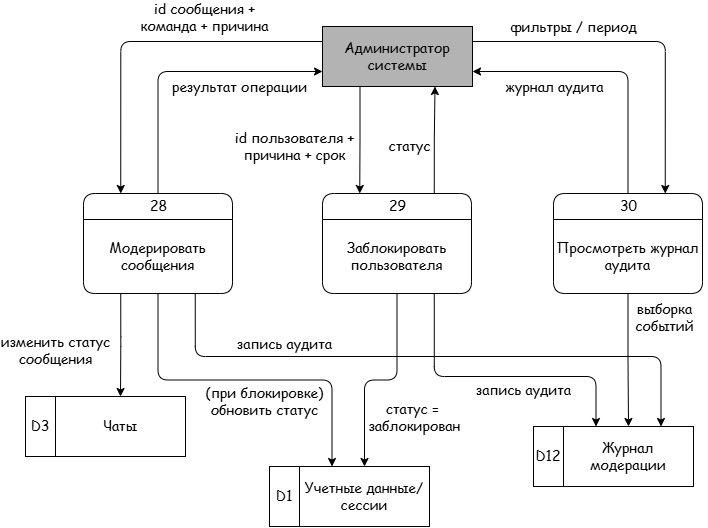
Above: Практическая работа №1. DFD/images/DFD-1-функции администратора.drawio.png in art2535/project-activity-guap (draw.io), before the change. Source tidied: cells renumbered, new cells last; positions are measured from the earlier drawing's top-left corner, leaving out a move shared by most shapes.
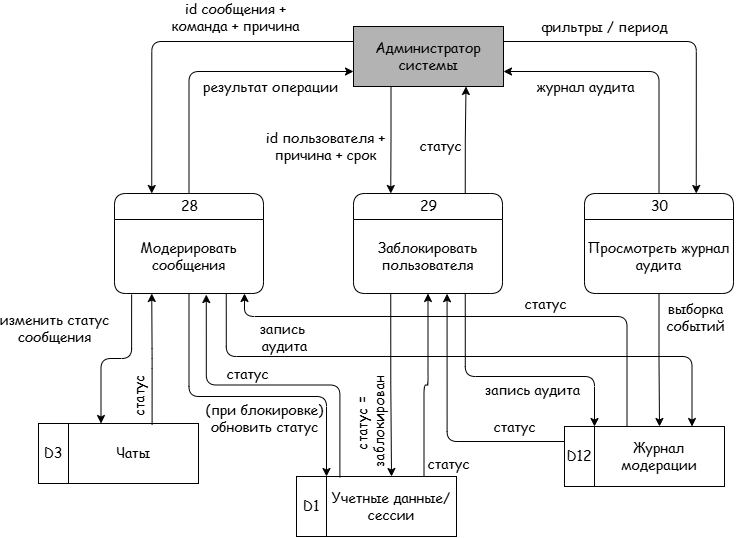
Above is the later version.

What changed in the source:
```diff
@@ -33,7 +33,7 @@
       <mxGeometry width="30" height="60" as="geometry" />
     </mxCell>
     <mxCell id="12" style="group;shadow=0;fontFamily=Comic Sans MS;fontSize=14;" parent="1" vertex="1">
-      <mxGeometry x="244" y="440" width="160" height="60" as="geometry" />
+      <mxGeometry x="240" y="450" width="160" height="60" as="geometry" />
     </mxCell>
     <mxCell id="13" value="Учетные данные/сессии" style="rounded=0;whiteSpace=wrap;html=1;shadow=0;glass=0;sketch=0;strokeWidth=1;fillColor=none;fontFamily=Comic Sans MS;fontSize=14;" parent="12" vertex="1">
       <mxGeometry x="30" width="130" height="60" as="geometry" />
@@ -50,7 +50,7 @@
       </mxGeometry>
     </mxCell>
     <mxCell id="17" style="group;shadow=0;fontFamily=Comic Sans MS;fontSize=14;" parent="1" vertex="1">
-      <mxGeometry y="370" width="160" height="60" as="geometry" />
+      <mxGeometry x="-18" y="397" width="160" height="60" as="geometry" />
     </mxCell>
     <mxCell id="18" value="Чаты" style="rounded=0;whiteSpace=wrap;html=1;shadow=0;glass=0;sketch=0;strokeWidth=1;fillColor=none;fontFamily=Comic Sans MS;fontSize=14;" parent="17" vertex="1">
       <mxGeometry x="30" width="130" height="60" as="geometry" />
@@ -98,12 +98,12 @@
         <mxPoint x="-91" y="-50" as="offset" />
       </mxGeometry>
     </mxCell>
-    <mxCell id="30" style="endArrow=classic;html=1;fontFamily=Comic Sans MS;fontSize=14;edgeStyle=orthogonalEdgeStyle;startArrow=none;startFill=0;endFill=1;exitX=0.25;exitY=1;exitDx=0;exitDy=0;entryX=0.5;entryY=0;entryDx=0;entryDy=0;" parent="1" edge="1" source="3" target="18">
+    <mxCell id="30" style="endArrow=classic;html=1;fontFamily=Comic Sans MS;fontSize=14;edgeStyle=orthogonalEdgeStyle;startArrow=none;startFill=0;endFill=1;exitX=0.115;exitY=1.014;exitDx=0;exitDy=0;entryX=0.25;entryY=0;entryDx=0;entryDy=0;exitPerimeter=0;" parent="1" edge="1" source="4" target="18">
       <mxGeometry relative="1" as="geometry" />
     </mxCell>
     <mxCell id="31" value="изменить статус&lt;div&gt;сообщения&lt;/div&gt;" style="edgeLabel;html=1;align=center;verticalAlign=middle;fontSize=14;fontFamily=Comic Sans MS;labelBackgroundColor=none;" parent="30" vertex="1">
       <mxGeometry x="0.32" y="-1" relative="1" as="geometry">
-        <mxPoint x="-65" y="-11" as="offset" />
+        <mxPoint x="-46" y="-41" as="offset" />
       </mxGeometry>
     </mxCell>
     <mxCell id="32" style="endArrow=classic;html=1;fontFamily=Comic Sans MS;fontSize=14;edgeStyle=orthogonalEdgeStyle;startArrow=none;startFill=0;endFill=1;exitX=0.75;exitY=1;exitDx=0;exitDy=0;entryX=0.75;entryY=0;entryDx=0;entryDy=0;" parent="1" edge="1" source="4" target="10">
@@ -114,16 +114,16 @@
         </Array>
       </mxGeometry>
     </mxCell>
-    <mxCell id="33" value="&lt;div&gt;запись&amp;nbsp;&lt;span style=&quot;background-color: transparent; color: light-dark(rgb(0, 0, 0), rgb(255, 255, 255));&quot;&gt;аудита&lt;/span&gt;&lt;/div&gt;" style="edgeLabel;html=1;align=center;verticalAlign=middle;fontSize=14;fontFamily=Comic Sans MS;labelBackgroundColor=none;" parent="32" vertex="1">
+    <mxCell id="33" value="&lt;div&gt;запись&amp;nbsp;&lt;/div&gt;&lt;div&gt;&lt;span style=&quot;background-color: transparent; color: light-dark(rgb(0, 0, 0), rgb(255, 255, 255));&quot;&gt;аудита&lt;/span&gt;&lt;/div&gt;" style="edgeLabel;html=1;align=center;verticalAlign=middle;fontSize=14;fontFamily=Comic Sans MS;labelBackgroundColor=none;" parent="32" vertex="1">
       <mxGeometry x="0.32" y="-1" relative="1" as="geometry">
-        <mxPoint x="-244" y="-14" as="offset" />
+        <mxPoint x="-275" y="-21" as="offset" />
       </mxGeometry>
     </mxCell>
-    <mxCell id="34" style="endArrow=classic;html=1;fontFamily=Comic Sans MS;fontSize=14;edgeStyle=orthogonalEdgeStyle;startArrow=none;startFill=0;endFill=1;exitX=0.75;exitY=1;exitDx=0;exitDy=0;entryX=0.25;entryY=0;entryDx=0;entryDy=0;" parent="1" edge="1" source="5" target="10">
+    <mxCell id="34" style="endArrow=classic;html=1;fontFamily=Comic Sans MS;fontSize=14;edgeStyle=orthogonalEdgeStyle;startArrow=none;startFill=0;endFill=1;exitX=0.75;exitY=1;exitDx=0;exitDy=0;entryX=1;entryY=0;entryDx=0;entryDy=0;" parent="1" edge="1" source="6" target="11">
       <mxGeometry relative="1" as="geometry">
         <Array as="points">
           <mxPoint x="408.8" y="350" />
-          <mxPoint x="570.5" y="350" />
+          <mxPoint x="538" y="350" />
         </Array>
       </mxGeometry>
     </mxCell>
@@ -140,21 +140,72 @@
         <mxPoint x="36" y="-64" as="offset" />
       </mxGeometry>
     </mxCell>
-    <mxCell id="38" style="endArrow=classic;html=1;fontFamily=Comic Sans MS;fontSize=14;edgeStyle=orthogonalEdgeStyle;startArrow=none;startFill=0;endFill=1;exitX=0.5;exitY=1;exitDx=0;exitDy=0;entryX=0.5;entryY=0;entryDx=0;entryDy=0;" parent="1" edge="1" source="6" target="13">
+    <mxCell id="38" style="endArrow=classic;html=1;fontFamily=Comic Sans MS;fontSize=14;edgeStyle=orthogonalEdgeStyle;startArrow=none;startFill=0;endFill=1;exitX=0.25;exitY=1;exitDx=0;exitDy=0;entryX=0.5;entryY=0;entryDx=0;entryDy=0;" parent="1" edge="1" source="6" target="13">
       <mxGeometry relative="1" as="geometry" />
     </mxCell>
-    <mxCell id="39" value="статус =&amp;nbsp;&lt;div&gt;заблокирован&lt;/div&gt;" style="edgeLabel;html=1;align=center;verticalAlign=middle;fontSize=14;fontFamily=Comic Sans MS;labelBackgroundColor=none;" parent="38" vertex="1">
+    <mxCell id="39" value="статус =&amp;nbsp;&lt;div&gt;заблокирован&lt;/div&gt;" style="edgeLabel;html=1;align=center;verticalAlign=middle;fontSize=14;fontFamily=Comic Sans MS;labelBackgroundColor=none;rotation=-90;" parent="38" vertex="1">
       <mxGeometry x="0.32" y="-1" relative="1" as="geometry">
-        <mxPoint x="50" y="20" as="offset" />
+        <mxPoint x="-21" y="9" as="offset" />
       </mxGeometry>
     </mxCell>
-    <mxCell id="40" style="endArrow=classic;html=1;fontFamily=Comic Sans MS;fontSize=14;edgeStyle=orthogonalEdgeStyle;startArrow=none;startFill=0;endFill=1;exitX=0.5;exitY=1;exitDx=0;exitDy=0;entryX=0.25;entryY=0;entryDx=0;entryDy=0;" parent="1" edge="1" source="4" target="13">
-      <mxGeometry relative="1" as="geometry" />
+    <mxCell id="40" style="endArrow=classic;html=1;fontFamily=Comic Sans MS;fontSize=14;edgeStyle=orthogonalEdgeStyle;startArrow=none;startFill=0;endFill=1;exitX=0.5;exitY=1;exitDx=0;exitDy=0;entryX=0;entryY=0;entryDx=0;entryDy=0;" parent="1" edge="1" source="4" target="13">
+      <mxGeometry relative="1" as="geometry">
+        <Array as="points">
+          <mxPoint x="132.5" y="370" />
+          <mxPoint x="270" y="370" />
+        </Array>
+      </mxGeometry>
     </mxCell>
     <mxCell id="41" value="(при блокировке)&lt;div&gt;обновить статус&lt;/div&gt;" style="edgeLabel;html=1;align=center;verticalAlign=middle;fontSize=14;fontFamily=Comic Sans MS;labelBackgroundColor=none;" parent="40" vertex="1">
       <mxGeometry x="0.32" y="-1" relative="1" as="geometry">
-        <mxPoint x="-37" y="20" as="offset" />
+        <mxPoint x="-34" y="20" as="offset" />
       </mxGeometry>
     </mxCell>
+    <mxCell id="42" style="endArrow=classic;html=1;fontFamily=Comic Sans MS;fontSize=14;edgeStyle=orthogonalEdgeStyle;startArrow=none;startFill=0;endFill=1;exitX=0.643;exitY=0.02;exitDx=0;exitDy=0;entryX=0.25;entryY=1;entryDx=0;entryDy=0;exitPerimeter=0;" parent="1" edge="1" source="18" target="3">
+      <mxGeometry relative="1" as="geometry" />
+    </mxCell>
+    <mxCell id="43" value="статус" style="edgeLabel;html=1;align=center;verticalAlign=middle;fontSize=14;fontFamily=Comic Sans MS;labelBackgroundColor=none;rotation=-90;" parent="42" vertex="1">
+      <mxGeometry x="0.32" y="-1" relative="1" as="geometry">
+        <mxPoint x="-14" y="59" as="offset" />
+      </mxGeometry>
+    </mxCell>
+    <mxCell id="44" style="endArrow=classic;html=1;fontFamily=Comic Sans MS;fontSize=14;edgeStyle=orthogonalEdgeStyle;startArrow=none;startFill=0;endFill=1;exitX=0.103;exitY=0.013;exitDx=0;exitDy=0;entryX=0.616;entryY=1.014;entryDx=0;entryDy=0;entryPerimeter=0;exitPerimeter=0;" parent="1" edge="1" source="13" target="4">
+      <mxGeometry relative="1" as="geometry" />
+    </mxCell>
+    <mxCell id="45" value="статус" style="edgeLabel;html=1;align=center;verticalAlign=middle;fontSize=14;fontFamily=Comic Sans MS;labelBackgroundColor=none;" parent="44" vertex="1">
+      <mxGeometry x="0.32" y="-1" relative="1" as="geometry">
+        <mxPoint x="24" y="-10" as="offset" />
+      </mxGeometry>
+    </mxCell>
+    <mxCell id="46" style="endArrow=classic;html=1;fontFamily=Comic Sans MS;fontSize=14;edgeStyle=orthogonalEdgeStyle;startArrow=none;startFill=0;endFill=1;exitX=0.75;exitY=0;exitDx=0;exitDy=0;entryX=0.5;entryY=1;entryDx=0;entryDy=0;" parent="1" edge="1" source="13" target="6">
+      <mxGeometry relative="1" as="geometry" />
+    </mxCell>
+    <mxCell id="47" value="статус" style="edgeLabel;html=1;align=center;verticalAlign=middle;fontSize=14;fontFamily=Comic Sans MS;labelBackgroundColor=none;" parent="46" vertex="1">
+      <mxGeometry x="0.32" y="-1" relative="1" as="geometry">
+        <mxPoint x="19" y="107" as="offset" />
+      </mxGeometry>
+    </mxCell>
+    <mxCell id="48" style="endArrow=classic;html=1;fontFamily=Comic Sans MS;fontSize=14;edgeStyle=orthogonalEdgeStyle;startArrow=none;startFill=0;endFill=1;exitX=0.25;exitY=0;exitDx=0;exitDy=0;" parent="1" edge="1" source="10">
+      <mxGeometry relative="1" as="geometry">
+        <mxPoint x="188" y="267" as="targetPoint" />
+        <Array as="points">
+          <mxPoint x="570.5" y="290" />
+          <mxPoint x="188" y="290" />
+        </Array>
+      </mxGeometry>
+    </mxCell>
+    <mxCell id="49" value="статус" style="edgeLabel;html=1;align=center;verticalAlign=middle;fontSize=14;fontFamily=Comic Sans MS;labelBackgroundColor=none;" parent="48" vertex="1">
+      <mxGeometry x="0.32" y="-1" relative="1" as="geometry">
+        <mxPoint x="149" y="-12" as="offset" />
+      </mxGeometry>
+    </mxCell>
+    <mxCell id="50" style="endArrow=classic;html=1;fontFamily=Comic Sans MS;fontSize=14;edgeStyle=orthogonalEdgeStyle;startArrow=none;startFill=0;endFill=1;exitX=0;exitY=0.25;exitDx=0;exitDy=0;entryX=0.628;entryY=1.003;entryDx=0;entryDy=0;entryPerimeter=0;" parent="1" edge="1" source="11" target="6">
+      <mxGeometry relative="1" as="geometry" />
+    </mxCell>
+    <mxCell id="51" value="статус" style="edgeLabel;html=1;align=center;verticalAlign=middle;fontSize=14;fontFamily=Comic Sans MS;labelBackgroundColor=none;" parent="50" vertex="1">
+      <mxGeometry x="0.32" y="-1" relative="1" as="geometry">
+        <mxPoint x="66" y="43" as="offset" />
+      </mxGeometry>
+    </mxCell>
   </root>
 </mxGraphModel>
```
